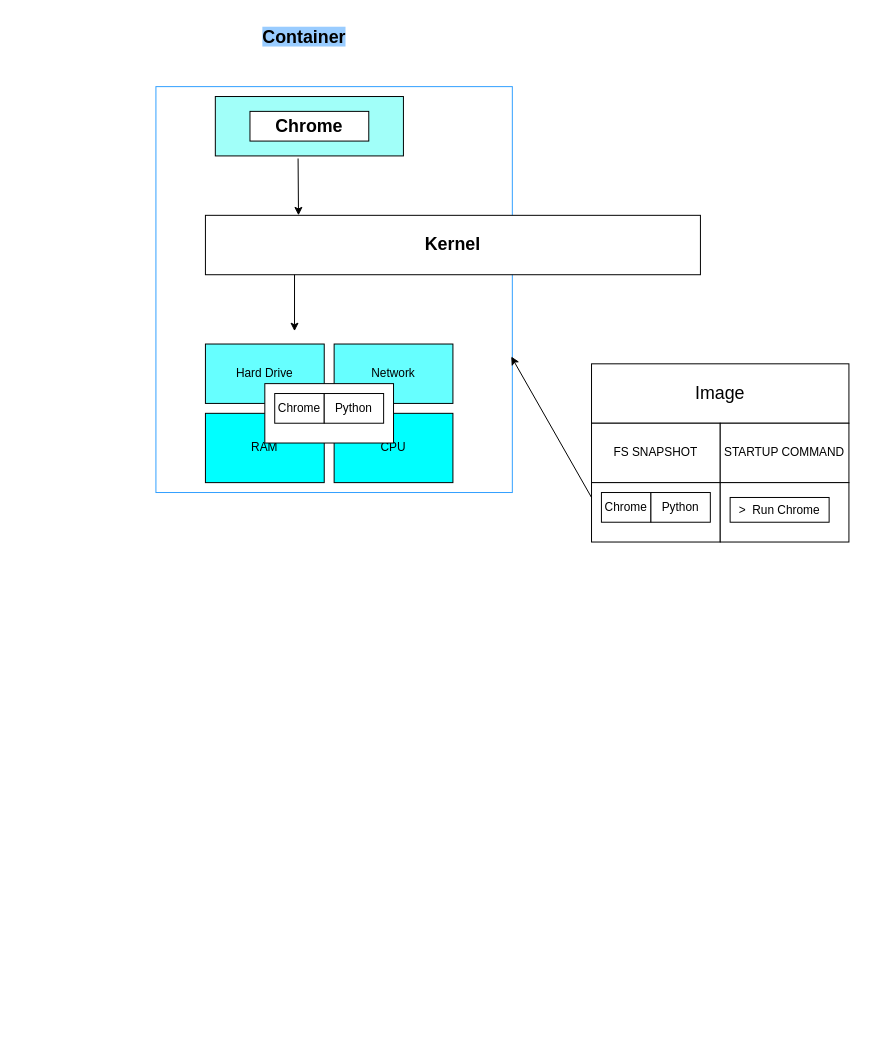
hephaestus88/docker keeps this draw.io diagram as page "Container" (1 of 2) of Untitled Diagram.drawio. Above is the earlier version. Source tidied: cells renumbered, new cells numbered last; positions are measured from the earlier drawing's top-left corner, leaving out a move shared by most shapes. Both pictures are drawn from the tidied source at 99%, with x=0, y=0 at pixel (155, 17).
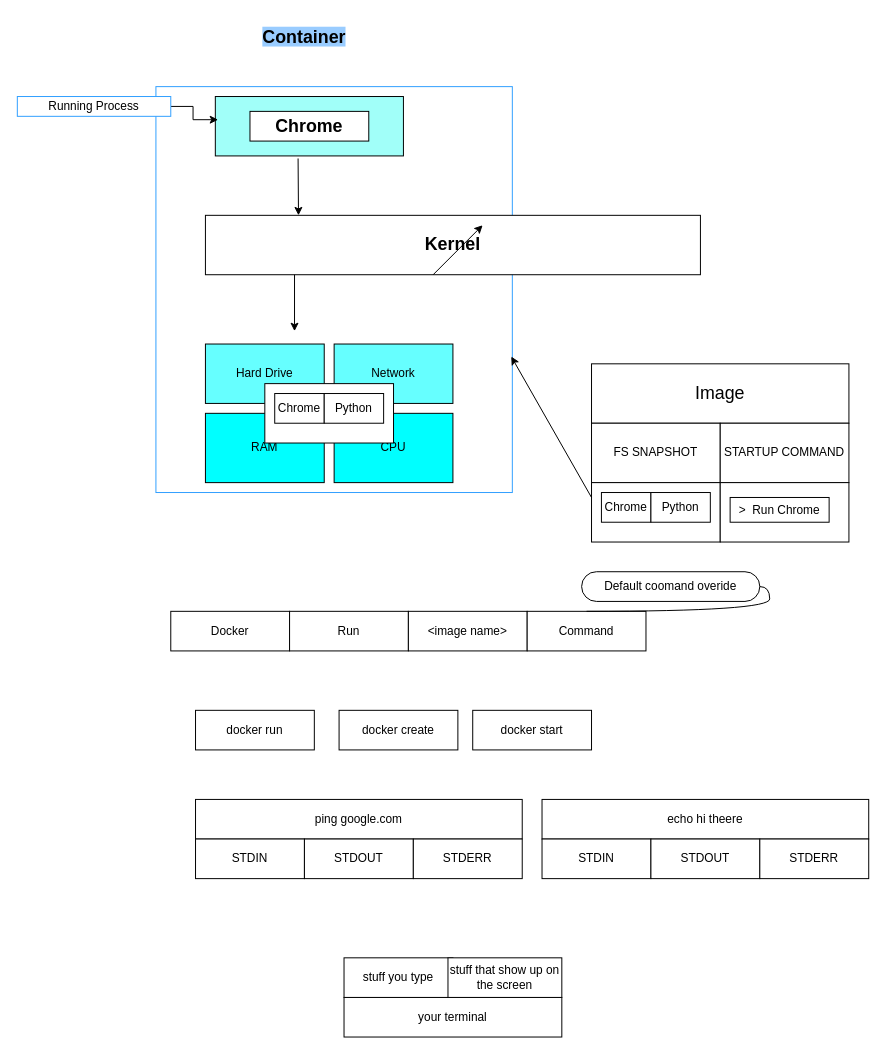
The same diagram, later.

The change refers to these unchanged cells:
```xml
<mxCell id="3" style="rounded=0;whiteSpace=wrap;html=1;fillColor=#A1FFF9;" parent="1" vertex="1">
  <mxGeometry x="60" y="80" width="190" height="60" as="geometry" />
</mxCell>
```

Diff of the diagram source:
```diff
@@
+    <mxCell id="25" style="edgeStyle=orthogonalEdgeStyle;rounded=0;jettySize=auto;html=1;exitX=1;exitY=0.5;exitDx=0;exitDy=0;exitPerimeter=0;entryX=0.015;entryY=0.39;entryDx=0;entryDy=0;entryPerimeter=0;" parent="1" edge="1" source="26" target="3">
+      <mxGeometry relative="1" as="geometry" />
+    </mxCell>
+    <mxCell id="26" value="Running Process" style="rounded=0;whiteSpace=wrap;html=1;points=[[0,0,0,0,0],[0,0.25,0,0,0],[0,0.5,0,0,0],[0,0.75,0,0,0],[0,1,0,0,0],[0.25,0,0,0,0],[0.25,1,0,0,0],[0.5,0,0,0,0],[0.5,1,0,0,0],[0.75,0,0,0,0],[0.75,1,0,0,0],[1,0,0,0,0],[1,0.25,0,0,0],[1,0.5,0,0,0],[1,0.75,0,0,0],[1,1,0,0,0]];strokeColor=#309FFF;shadow=0;" parent="1" vertex="1">
+      <mxGeometry x="-140" y="80" width="155" height="20" as="geometry" />
+    </mxCell>
+    <mxCell id="27" style="endArrow=classic;html=1;rounded=0;" parent="1" edge="1">
+      <mxGeometry relative="1" as="geometry">
+        <mxPoint x="280" y="260" as="sourcePoint" />
+        <mxPoint x="330" y="210" as="targetPoint" />
+      </mxGeometry>
+    </mxCell>
+    <mxCell id="28" value="Docker" style="rounded=0;whiteSpace=wrap;html=1;" parent="1" vertex="1">
+      <mxGeometry x="15" y="600" width="120" height="40" as="geometry" />
+    </mxCell>
+    <mxCell id="29" value="Run" style="rounded=0;whiteSpace=wrap;html=1;" parent="1" vertex="1">
+      <mxGeometry x="135" y="600" width="120" height="40" as="geometry" />
+    </mxCell>
+    <mxCell id="30" value="&amp;lt;image name&amp;gt;" style="rounded=0;whiteSpace=wrap;html=1;" parent="1" vertex="1">
+      <mxGeometry x="255" y="600" width="120" height="40" as="geometry" />
+    </mxCell>
+    <mxCell id="31" value="Command" style="rounded=0;whiteSpace=wrap;html=1;" parent="1" vertex="1">
+      <mxGeometry x="375" y="600" width="120" height="40" as="geometry" />
+    </mxCell>
+    <mxCell id="32" value="Default coomand overide" style="whiteSpace=wrap;html=1;rounded=1;arcSize=50;align=center;verticalAlign=middle;strokeWidth=1;spacing=4;newEdgeStyle={&quot;edgeStyle&quot;:&quot;entityRelationEdgeStyle&quot;,&quot;startArrow&quot;:&quot;none&quot;,&quot;endArrow&quot;:&quot;none&quot;,&quot;segment&quot;:10,&quot;curved&quot;:1,&quot;sourcePerimeterSpacing&quot;:0,&quot;targetPerimeterSpacing&quot;:0};" parent="1" vertex="1">
+      <mxGeometry x="430" y="560" width="180" height="30" as="geometry" />
+    </mxCell>
+    <mxCell id="33" style="edgeStyle=entityRelationEdgeStyle;startArrow=none;endArrow=none;segment=10;curved=1;sourcePerimeterSpacing=0;targetPerimeterSpacing=0;rounded=0;elbow=vertical;exitX=0.5;exitY=0;exitDx=0;exitDy=0;" parent="1" edge="1" source="31" target="32">
+      <mxGeometry relative="1" as="geometry" />
+    </mxCell>
+    <mxCell id="34" value="docker run" style="rounded=0;whiteSpace=wrap;html=1;" parent="1" vertex="1">
+      <mxGeometry x="40" y="700" width="120" height="40" as="geometry" />
+    </mxCell>
+    <mxCell id="35" value="docker create" style="rounded=0;whiteSpace=wrap;html=1;" parent="1" vertex="1">
+      <mxGeometry x="185" y="700" width="120" height="40" as="geometry" />
+    </mxCell>
+    <mxCell id="36" value="docker start" style="rounded=0;whiteSpace=wrap;html=1;" parent="1" vertex="1">
+      <mxGeometry x="320" y="700" width="120" height="40" as="geometry" />
+    </mxCell>
+    <mxCell id="37" value="ping google.com" style="rounded=0;whiteSpace=wrap;html=1;" parent="1" vertex="1">
+      <mxGeometry x="40" y="790" width="330" height="40" as="geometry" />
+    </mxCell>
+    <mxCell id="38" value="STDIN" style="rounded=0;whiteSpace=wrap;html=1;" parent="1" vertex="1">
+      <mxGeometry x="40" y="830" width="110" height="40" as="geometry" />
+    </mxCell>
+    <mxCell id="39" value="STDOUT" style="rounded=0;whiteSpace=wrap;html=1;" parent="1" vertex="1">
+      <mxGeometry x="150" y="830" width="110" height="40" as="geometry" />
+    </mxCell>
+    <mxCell id="40" value="STDERR" style="rounded=0;whiteSpace=wrap;html=1;" parent="1" vertex="1">
+      <mxGeometry x="260" y="830" width="110" height="40" as="geometry" />
+    </mxCell>
+    <mxCell id="41" value="echo hi theere" style="rounded=0;whiteSpace=wrap;html=1;" parent="1" vertex="1">
+      <mxGeometry x="390" y="790" width="330" height="40" as="geometry" />
+    </mxCell>
+    <mxCell id="42" value="STDIN" style="rounded=0;whiteSpace=wrap;html=1;" parent="1" vertex="1">
+      <mxGeometry x="390" y="830" width="110" height="40" as="geometry" />
+    </mxCell>
+    <mxCell id="43" value="STDOUT" style="rounded=0;whiteSpace=wrap;html=1;" parent="1" vertex="1">
+      <mxGeometry x="500" y="830" width="110" height="40" as="geometry" />
+    </mxCell>
+    <mxCell id="44" value="STDERR" style="rounded=0;whiteSpace=wrap;html=1;" parent="1" vertex="1">
+      <mxGeometry x="610" y="830" width="110" height="40" as="geometry" />
+    </mxCell>
+    <mxCell id="45" value="your terminal" style="rounded=0;whiteSpace=wrap;html=1;" parent="1" vertex="1">
+      <mxGeometry x="190" y="990" width="220" height="40" as="geometry" />
+    </mxCell>
+    <mxCell id="46" value="stuff you type" style="rounded=0;whiteSpace=wrap;html=1;" parent="1" vertex="1">
+      <mxGeometry x="190" y="950" width="110" height="40" as="geometry" />
+    </mxCell>
+    <mxCell id="47" value="stuff that show up on the screen" style="rounded=0;whiteSpace=wrap;html=1;" parent="1" vertex="1">
+      <mxGeometry x="295" y="950" width="115" height="40" as="geometry" />
+    </mxCell>
```
